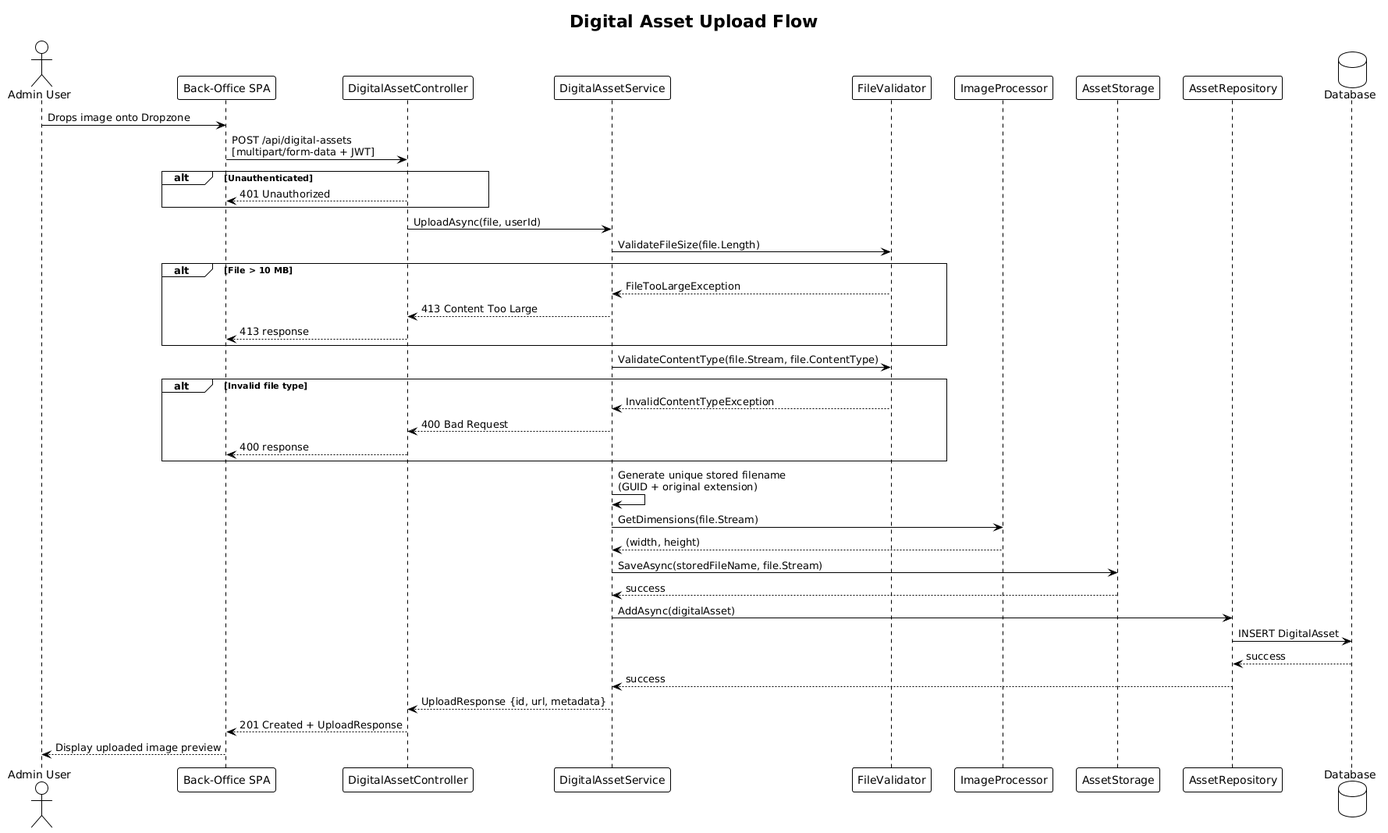
The PlantUML diagram docs/detailed-designs/04-digital-asset-management/diagrams/sequence_upload.png in QuinntyneBrown/Blog, before a commit. The source it was exported from:
```plantuml
@startuml
!theme plain

title Digital Asset Upload Flow

actor "Admin User" as user
participant "Back-Office SPA" as spa
participant "DigitalAssetController" as ctrl
participant "DigitalAssetService" as svc
participant "FileValidator" as validator
participant "ImageProcessor" as processor
participant "AssetStorage" as storage
participant "AssetRepository" as repo
database "Database" as db

user -> spa : Drops image onto Dropzone
spa -> ctrl : POST /api/digital-assets\n[multipart/form-data + JWT]

alt Unauthenticated
    ctrl --> spa : 401 Unauthorized
end

ctrl -> svc : UploadAsync(file, userId)

svc -> validator : ValidateFileSize(file.Length)
alt File > 10 MB
    validator --> svc : FileTooLargeException
    svc --> ctrl : 413 Content Too Large
    ctrl --> spa : 413 response
end

svc -> validator : ValidateContentType(file.Stream, file.ContentType)
alt Invalid file type
    validator --> svc : InvalidContentTypeException
    svc --> ctrl : 400 Bad Request
    ctrl --> spa : 400 response
end

svc -> svc : Generate unique stored filename\n(GUID + original extension)

svc -> processor : GetDimensions(file.Stream)
processor --> svc : (width, height)

svc -> storage : SaveAsync(storedFileName, file.Stream)
storage --> svc : success

svc -> repo : AddAsync(digitalAsset)
repo -> db : INSERT DigitalAsset
db --> repo : success
repo --> svc : success

svc --> ctrl : UploadResponse {id, url, metadata}
ctrl --> spa : 201 Created + UploadResponse
spa --> user : Display uploaded image preview
@enduml
```
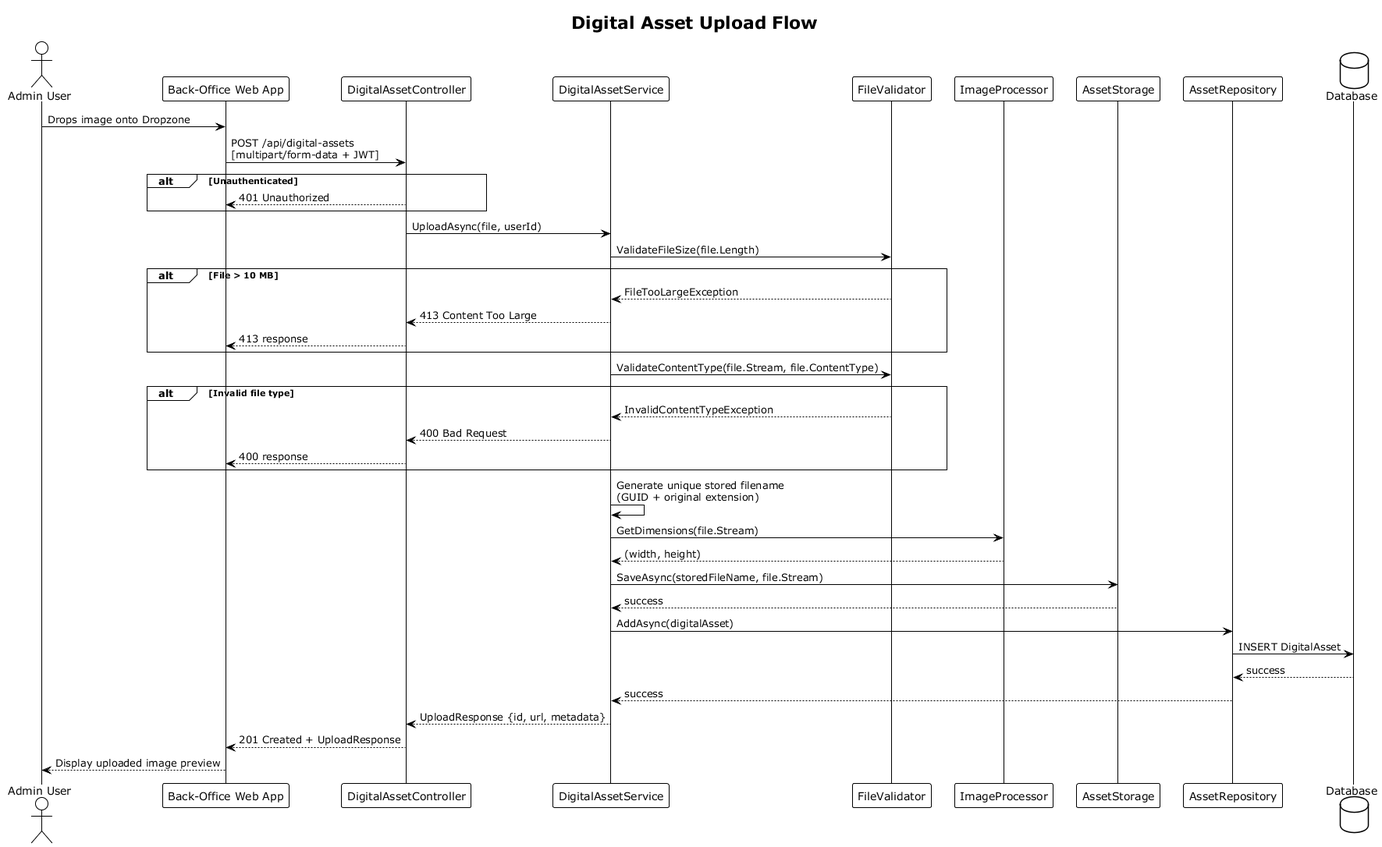
After the commit.

Diff of the diagram source:
```diff
@@ -1,10 +1,10 @@
-@startuml
+@startuml sequence_upload
 !theme plain
 
 title Digital Asset Upload Flow
 
 actor "Admin User" as user
-participant "Back-Office SPA" as spa
+participant "Back-Office Web App" as web
 participant "DigitalAssetController" as ctrl
 participant "DigitalAssetService" as svc
 participant "FileValidator" as validator
@@ -13,11 +13,11 @@
 participant "AssetRepository" as repo
 database "Database" as db
 
-user -> spa : Drops image onto Dropzone
-spa -> ctrl : POST /api/digital-assets\n[multipart/form-data + JWT]
+user -> web : Drops image onto Dropzone
+web -> ctrl : POST /api/digital-assets\n[multipart/form-data + JWT]
 
 alt Unauthenticated
-    ctrl --> spa : 401 Unauthorized
+    ctrl --> web : 401 Unauthorized
 end
 
 ctrl -> svc : UploadAsync(file, userId)
@@ -26,14 +26,14 @@
 alt File > 10 MB
     validator --> svc : FileTooLargeException
     svc --> ctrl : 413 Content Too Large
-    ctrl --> spa : 413 response
+    ctrl --> web : 413 response
 end
 
 svc -> validator : ValidateContentType(file.Stream, file.ContentType)
 alt Invalid file type
     validator --> svc : InvalidContentTypeException
     svc --> ctrl : 400 Bad Request
-    ctrl --> spa : 400 response
+    ctrl --> web : 400 response
 end
 
 svc -> svc : Generate unique stored filename\n(GUID + original extension)
@@ -50,6 +50,7 @@
 repo --> svc : success
 
 svc --> ctrl : UploadResponse {id, url, metadata}
-ctrl --> spa : 201 Created + UploadResponse
-spa --> user : Display uploaded image preview
+ctrl --> web : 201 Created + UploadResponse
+web --> user : Display uploaded image preview
+
 @enduml
```
